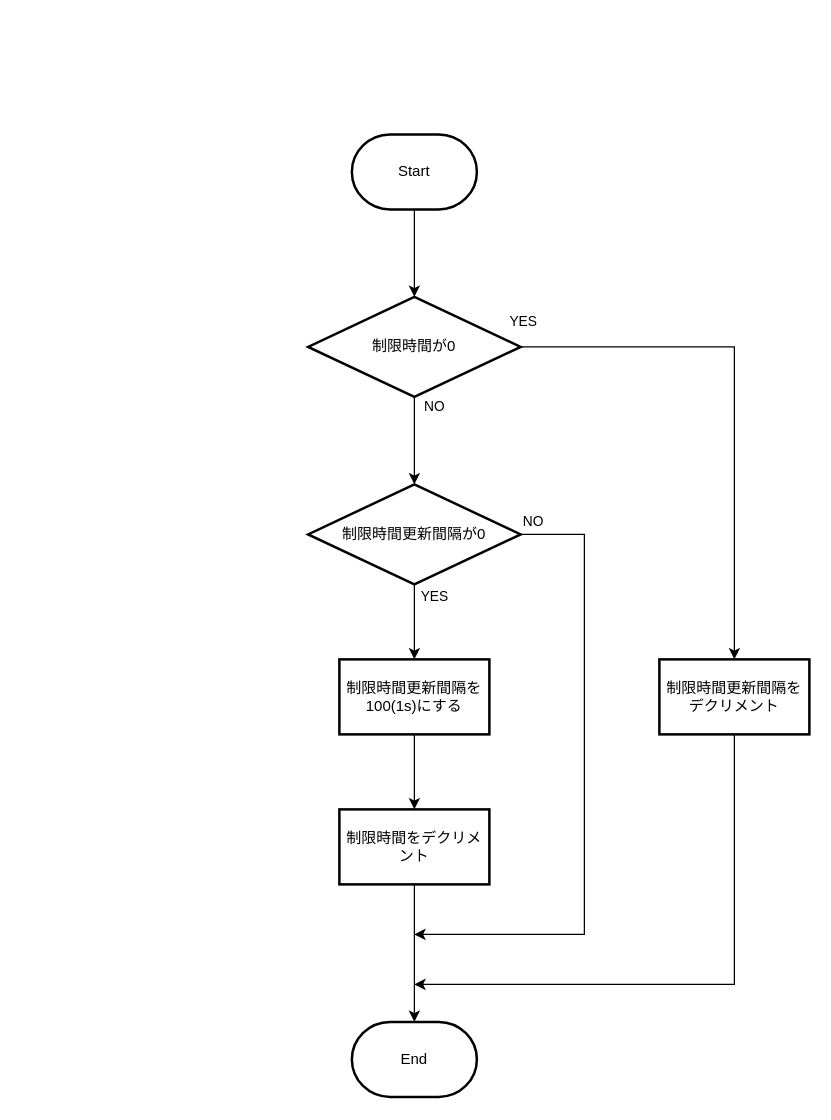
hakohumi/comp.train.whack-a-mole keeps this draw.io diagram as page "カウントダウン" (5 of 7) of 資料/設計書/フローチャート/モグラ叩き_フローチャート_ゲーム中.drawio. Above is the earlier version. Source tidied: cells renumbered, new cells numbered last; positions are measured from the earlier drawing's top-left corner, leaving out a move shared by most shapes. Both pictures are drawn from the tidied source at 125%, with x=0, y=0 at pixel (308, 134).
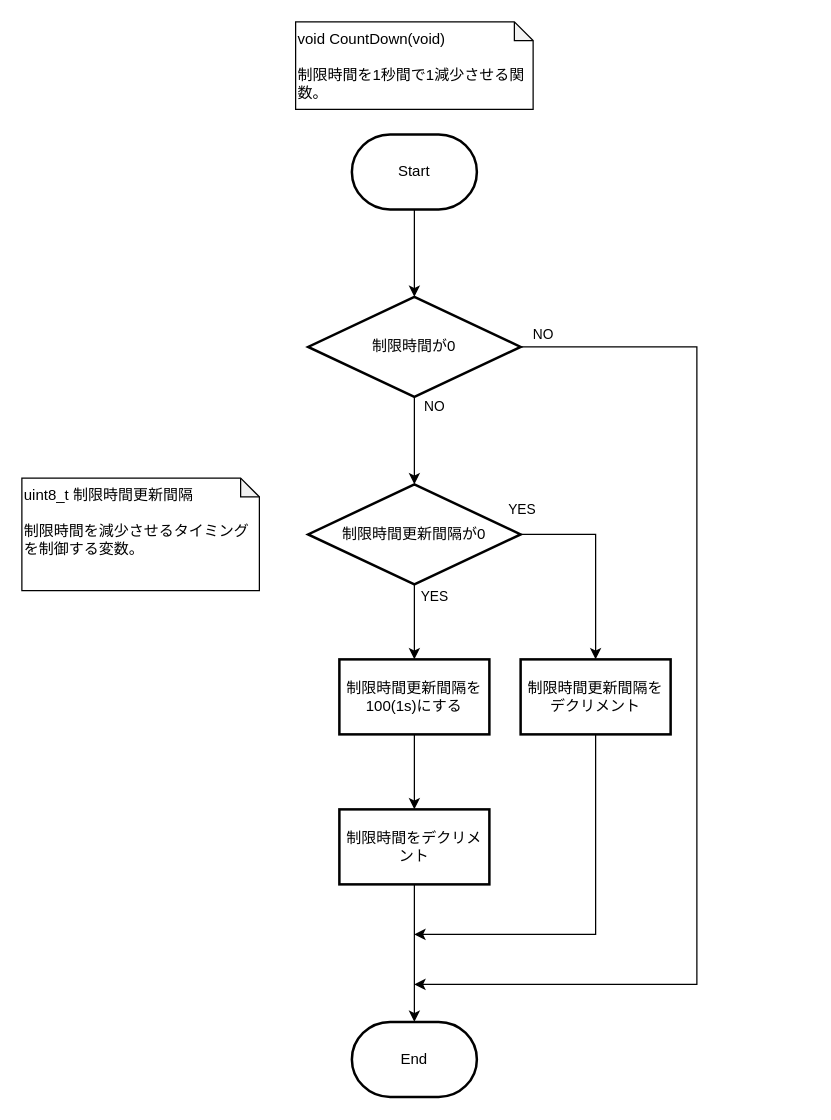
After the change.

Unchanged cells that the change refers to:
```xml
<mxCell id="6" value="制限時間が0" style="rhombus;whiteSpace=wrap;html=1;strokeWidth=2;" parent="1" vertex="1">
  <mxGeometry y="130" width="170" height="80" as="geometry" />
</mxCell>
<mxCell id="16" value="制限時間更新間隔が0" style="rhombus;whiteSpace=wrap;html=1;strokeWidth=2;" parent="1" vertex="1">
  <mxGeometry y="280" width="170" height="80" as="geometry" />
</mxCell>
```

Diff of the diagram source:
```diff
@@
-    <mxCell id="5" value="YES" style="edgeStyle=orthogonalEdgeStyle;rounded=0;jettySize=auto;html=1;" parent="1" edge="1" source="6" target="12">
+    <mxCell id="5" value="YES" style="edgeStyle=orthogonalEdgeStyle;rounded=0;jettySize=auto;html=1;exitX=1;exitY=0.5;exitDx=0;exitDy=0;" parent="1" edge="1" source="16" target="12">
       <mxGeometry x="-0.99" y="20" relative="1" as="geometry" />
     </mxCell>
@@
     <mxCell id="11" style="edgeStyle=orthogonalEdgeStyle;rounded=0;jettySize=auto;html=1;exitX=0.5;exitY=1;exitDx=0;exitDy=0;" parent="1" edge="1" source="12">
       <mxGeometry relative="1" as="geometry">
-        <mxPoint x="85" y="680" as="targetPoint" />
+        <mxPoint x="85" y="640" as="targetPoint" />
         <Array as="points">
-          <mxPoint x="341" y="680" />
-          <mxPoint x="85" y="680" />
+          <mxPoint x="230" y="640" />
         </Array>
       </mxGeometry>
     </mxCell>
     <mxCell id="12" value="制限時間更新間隔を&lt;br&gt;デクリメント" style="whiteSpace=wrap;html=1;strokeWidth=2;" parent="1" vertex="1">
-      <mxGeometry x="281" y="420" width="120" height="60" as="geometry" />
+      <mxGeometry x="170" y="420" width="120" height="60" as="geometry" />
     </mxCell>
@@
-    <mxCell id="15" value="NO" style="edgeStyle=orthogonalEdgeStyle;rounded=0;jettySize=auto;html=1;exitX=1;exitY=0.5;exitDx=0;exitDy=0;" parent="1" edge="1" source="16">
+    <mxCell id="15" value="NO" style="edgeStyle=orthogonalEdgeStyle;rounded=0;jettySize=auto;html=1;exitX=1;exitY=0.5;exitDx=0;exitDy=0;" parent="1" edge="1" source="6">
       <mxGeometry x="-0.96" y="10" relative="1" as="geometry">
-        <mxPoint x="85" y="640" as="targetPoint" />
+        <mxPoint x="85" y="680" as="targetPoint" />
         <Array as="points">
-          <mxPoint x="221" y="320" />
-          <mxPoint x="221" y="640" />
+          <mxPoint x="311" y="170" />
+          <mxPoint x="311" y="680" />
         </Array>
       </mxGeometry>
     </mxCell>
@@
+    <mxCell id="17" value="uint8_t 制限時間更新間隔&lt;br&gt;&lt;br&gt;制限時間を減少させるタイミングを制御する変数。" style="shape=note;whiteSpace=wrap;html=1;backgroundOutline=1;darkOpacity=0.05;align=left;size=15;verticalAlign=top;" parent="1" vertex="1">
+      <mxGeometry x="-229" y="275" width="190" height="90" as="geometry" />
+    </mxCell>
+    <mxCell id="18" value="void CountDown(void)&lt;br&gt;&lt;br&gt;制限時間を1秒間で1減少させる関数。" style="shape=note;whiteSpace=wrap;html=1;backgroundOutline=1;darkOpacity=0.05;align=left;size=15;verticalAlign=top;" parent="1" vertex="1">
+      <mxGeometry x="-10" y="-90" width="190" height="70" as="geometry" />
+    </mxCell>
```
